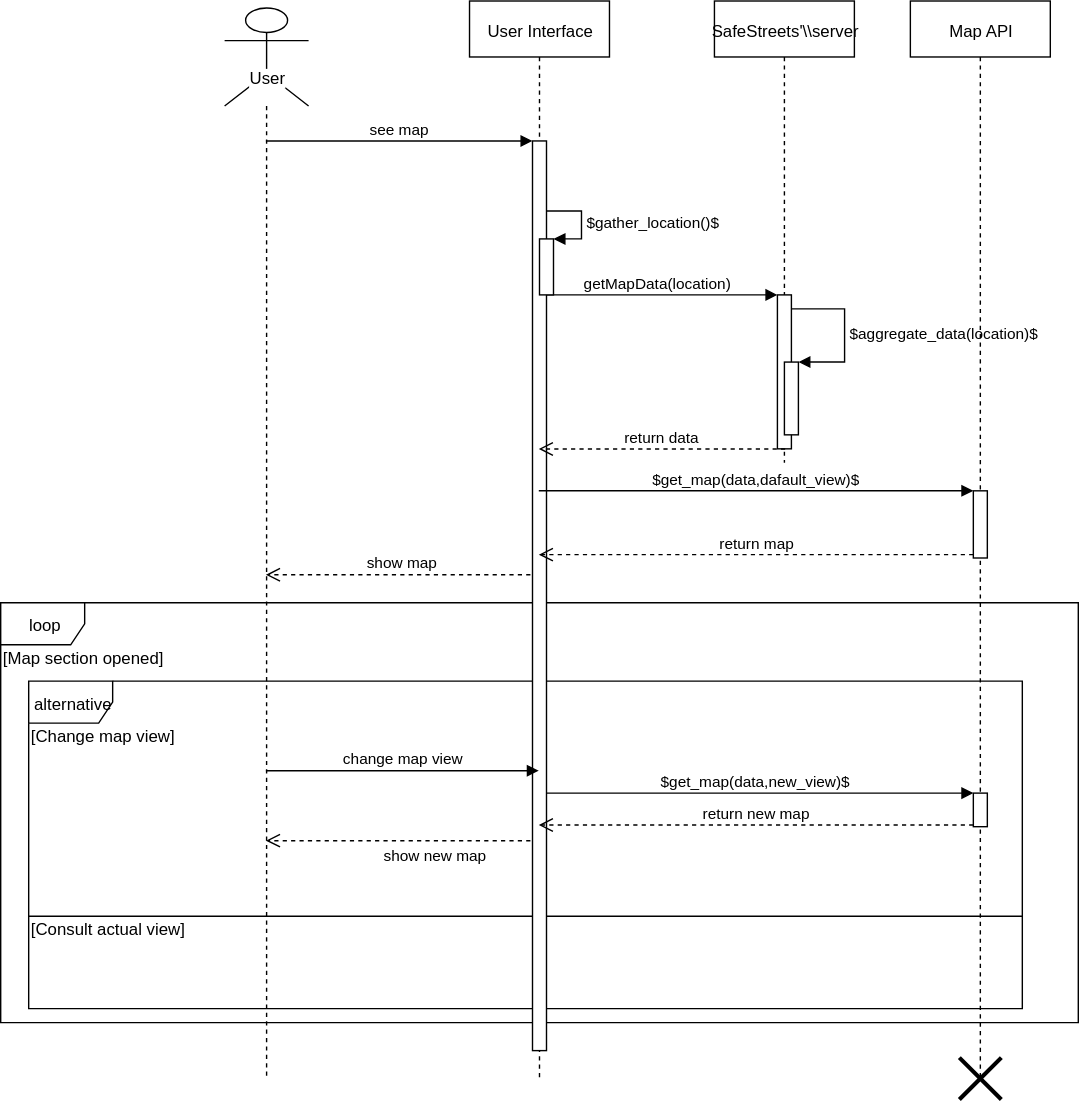
This is UML/Map_statistics_sequence_diagram.svg from University-Projects-Secco/RahbariSecco, a draw.io export, as it was before one commit. Source tidied: cells renumbered, new cells last; positions are measured from the earlier drawing's top-left corner, leaving out a move shared by most shapes.
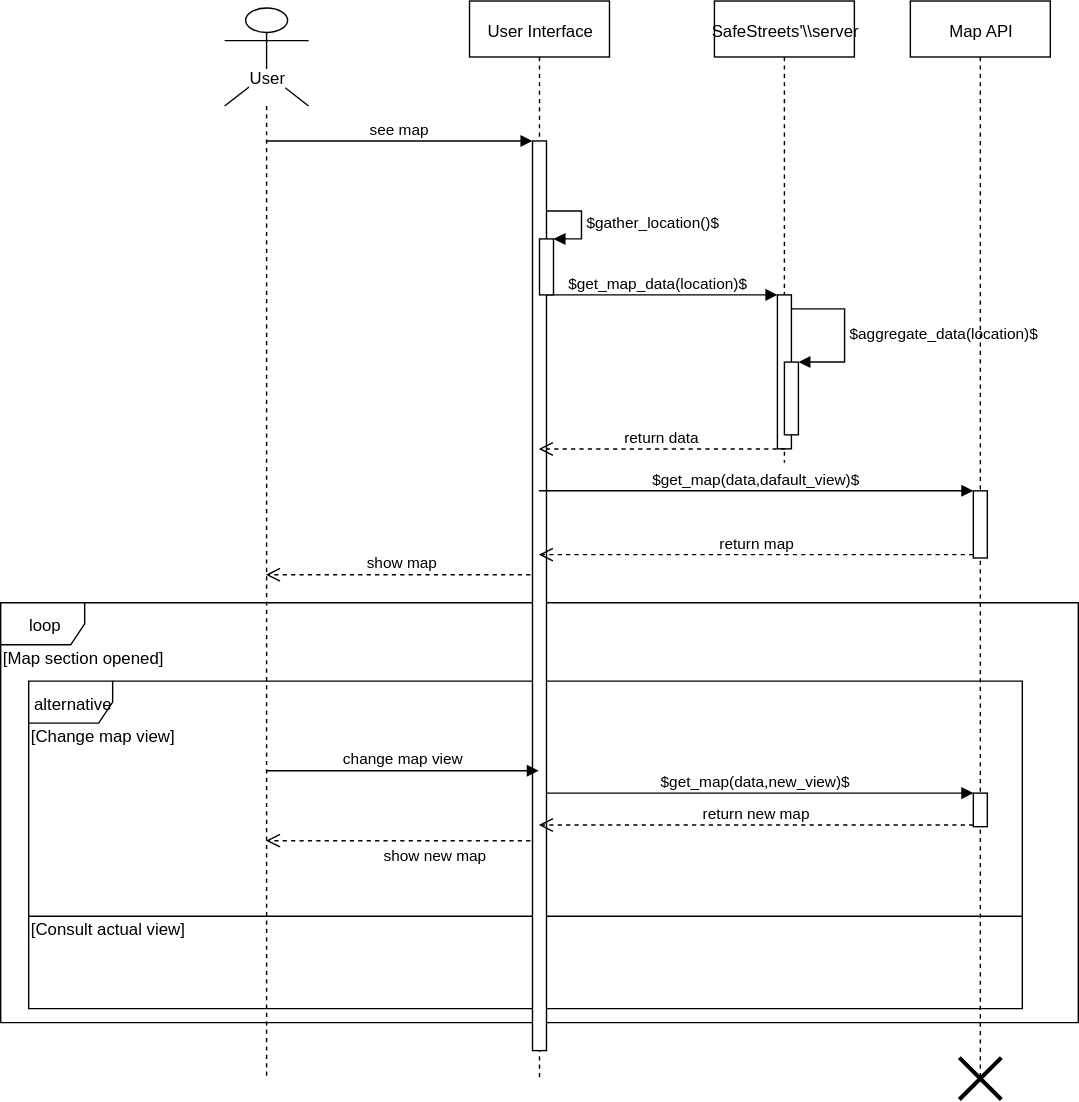
Above is the later version.

What changed in the source:
```diff
@@ -48,7 +48,7 @@
     <mxCell id="11" style="html=1;points=[];perimeter=orthogonalPerimeter;" parent="8" vertex="1">
       <mxGeometry x="50" y="258" width="10" height="52" as="geometry" />
     </mxCell>
-    <mxCell id="12" value="getMapData(location)" style="html=1;verticalAlign=bottom;endArrow=block;entryX=0;entryY=0;" parent="1" edge="1" source="13" target="9">
+    <mxCell id="12" value="$get_map_data(location)$" style="html=1;verticalAlign=bottom;endArrow=block;entryX=0;entryY=0;" parent="1" edge="1" source="13" target="9">
       <mxGeometry relative="1" as="geometry" />
     </mxCell>
     <mxCell id="13" value="User Interface" style="shape=umlLifeline;perimeter=lifelinePerimeter;whiteSpace=wrap;html=1;outlineConnect=0;" parent="1" vertex="1">
```
